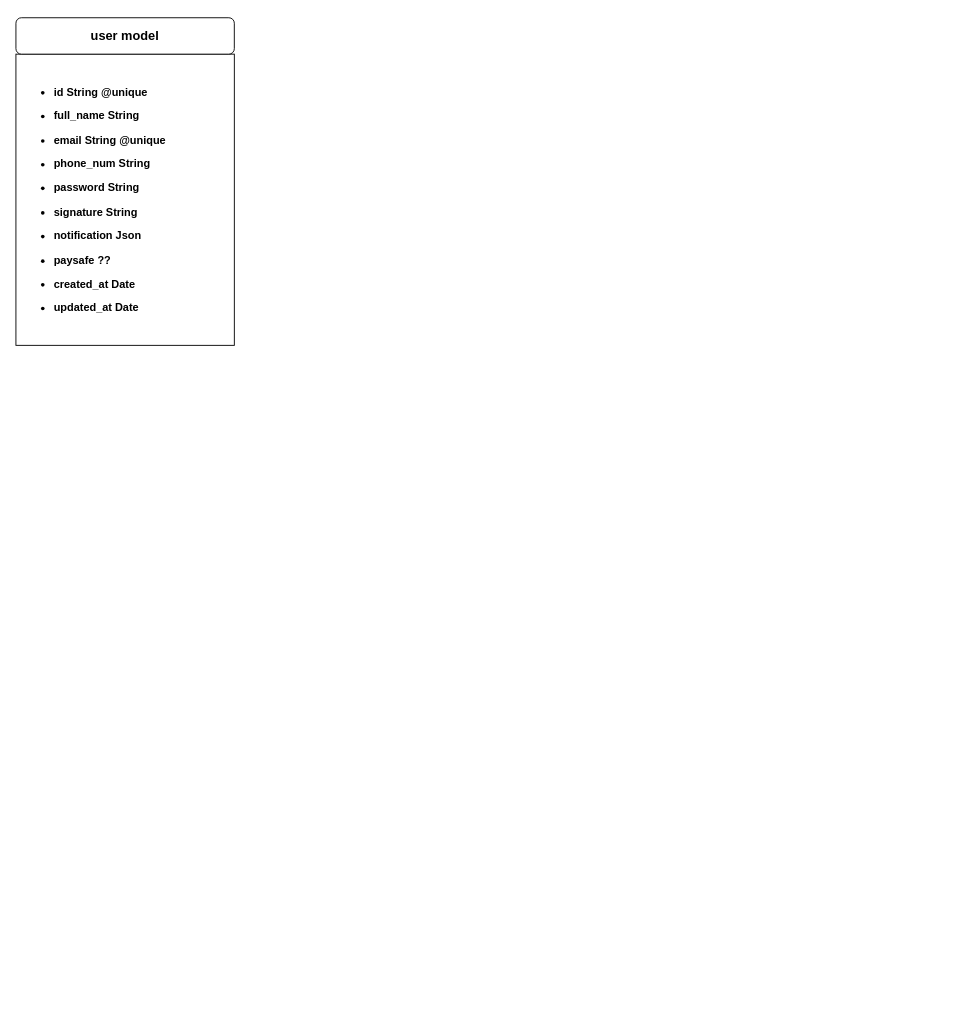
moumbou/assistante-sociale keeps this draw.io diagram as Untitled Diagram.drawio. Above is the earlier version. Source tidied: cells renumbered, new cells numbered last; positions are measured from the earlier drawing's top-left corner, leaving out a move shared by most shapes. Both pictures are drawn from the tidied source at 91%, with x=0, y=0 at pixel (15, 17).
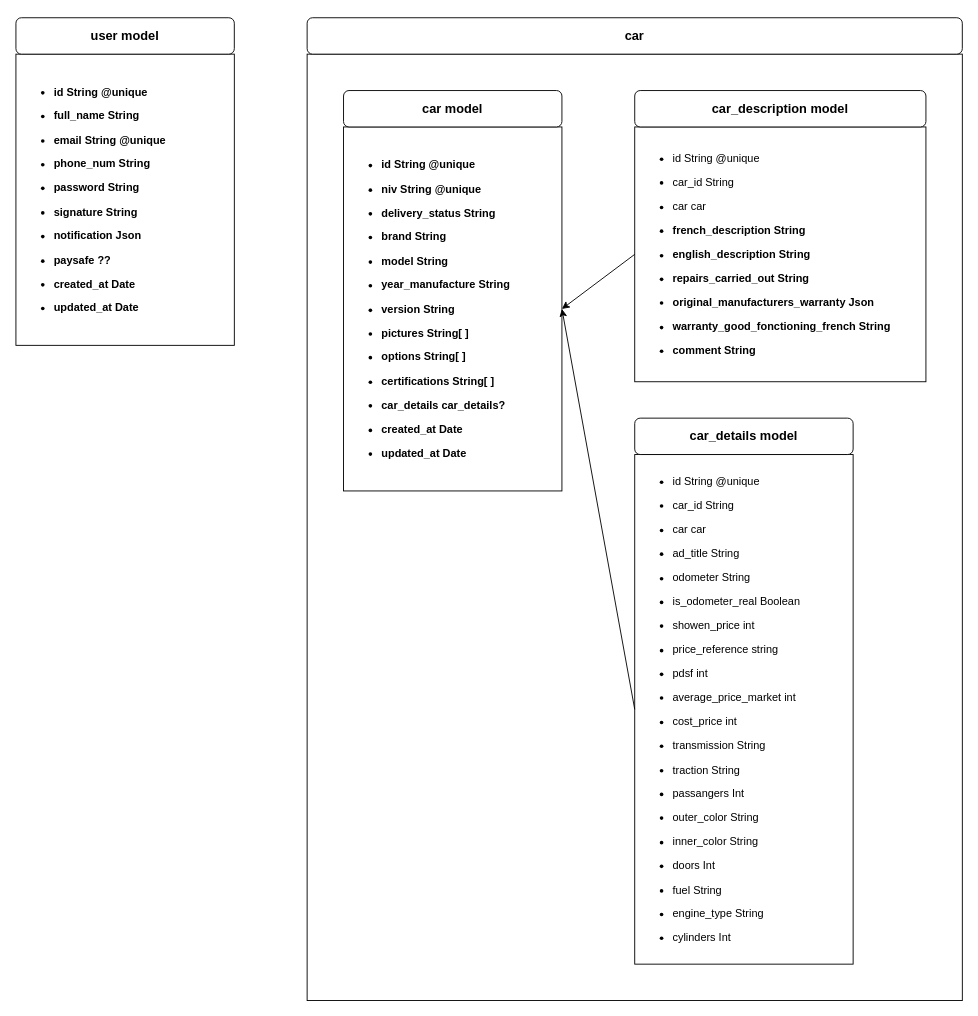
After the change.

What changed in the source:
```diff
@@
 <mxGraphModel>
   <root>
     <mxCell id="0" />
     <mxCell id="1" parent="0" />
+    <mxCell id="4" style="rounded=0;whiteSpace=wrap;html=1;" parent="1" vertex="1">
+      <mxGeometry x="320" y="40" width="720" height="1040" as="geometry" />
+    </mxCell>
     <mxCell id="2" value="&lt;h4&gt;&lt;/h4&gt;&lt;h2&gt;&lt;/h2&gt;&lt;h4&gt;&lt;/h4&gt;&lt;h4&gt;&lt;/h4&gt;&lt;h5&gt;&lt;/h5&gt;&lt;h3&gt;&lt;/h3&gt;&lt;h4&gt;&lt;ul&gt;&lt;li&gt;id String @unique&lt;/li&gt;&lt;/ul&gt;&lt;ul&gt;&lt;li&gt;full_name String&lt;/li&gt;&lt;/ul&gt;&lt;ul&gt;&lt;li&gt;email String @unique&lt;/li&gt;&lt;/ul&gt;&lt;ul&gt;&lt;li&gt;phone_num String&lt;/li&gt;&lt;/ul&gt;&lt;ul&gt;&lt;li&gt;password String&lt;/li&gt;&lt;/ul&gt;&lt;ul&gt;&lt;li&gt;signature String&lt;/li&gt;&lt;/ul&gt;&lt;ul&gt;&lt;li&gt;notification Json&lt;/li&gt;&lt;/ul&gt;&lt;ul&gt;&lt;li&gt;paysafe ??&lt;/li&gt;&lt;/ul&gt;&lt;ul&gt;&lt;li&gt;created_at Date&lt;/li&gt;&lt;/ul&gt;&lt;ul&gt;&lt;li&gt;updated_at Date&lt;/li&gt;&lt;/ul&gt;&lt;/h4&gt;" style="rounded=0;whiteSpace=wrap;html=1;align=left;" parent="1" vertex="1">
       <mxGeometry y="40" width="240" height="320" as="geometry" />
     </mxCell>
     <mxCell id="3" value="&lt;h3&gt;user model&lt;/h3&gt;" style="rounded=1;whiteSpace=wrap;html=1;" parent="1" vertex="1">
       <mxGeometry width="240" height="40" as="geometry" />
     </mxCell>
+    <mxCell id="5" value="&lt;h4&gt;&lt;/h4&gt;&lt;h2&gt;&lt;/h2&gt;&lt;h4&gt;&lt;/h4&gt;&lt;h4&gt;&lt;/h4&gt;&lt;h5&gt;&lt;/h5&gt;&lt;h3&gt;&lt;/h3&gt;&lt;h4&gt;&lt;/h4&gt;&lt;h4&gt;&lt;/h4&gt;&lt;h4&gt;&lt;/h4&gt;&lt;h4&gt;&lt;ul&gt;&lt;li&gt;id String @unique&lt;/li&gt;&lt;/ul&gt;&lt;ul&gt;&lt;li&gt;niv String @unique&lt;/li&gt;&lt;/ul&gt;&lt;ul&gt;&lt;li&gt;delivery_status String&lt;/li&gt;&lt;/ul&gt;&lt;ul&gt;&lt;li&gt;brand String&lt;/li&gt;&lt;/ul&gt;&lt;ul&gt;&lt;li&gt;model String&lt;/li&gt;&lt;/ul&gt;&lt;ul&gt;&lt;li&gt;year_manufacture String&lt;/li&gt;&lt;/ul&gt;&lt;ul&gt;&lt;li&gt;version String&lt;/li&gt;&lt;/ul&gt;&lt;ul&gt;&lt;li&gt;pictures String[ ]&lt;/li&gt;&lt;/ul&gt;&lt;ul&gt;&lt;li&gt;options String[ ]&lt;/li&gt;&lt;/ul&gt;&lt;ul&gt;&lt;li&gt;certifications String[ ]&lt;/li&gt;&lt;/ul&gt;&lt;ul&gt;&lt;li&gt;car_details car_details?&lt;/li&gt;&lt;/ul&gt;&lt;ul&gt;&lt;li&gt;created_at Date&lt;/li&gt;&lt;/ul&gt;&lt;ul&gt;&lt;li&gt;updated_at Date&lt;/li&gt;&lt;/ul&gt;&lt;/h4&gt;" style="rounded=0;whiteSpace=wrap;html=1;align=left;" parent="1" vertex="1">
+      <mxGeometry x="360" y="120" width="240" height="400" as="geometry" />
+    </mxCell>
+    <mxCell id="6" value="&lt;h3&gt;car model&lt;/h3&gt;" style="rounded=1;whiteSpace=wrap;html=1;" parent="1" vertex="1">
+      <mxGeometry x="360" y="80" width="240" height="40" as="geometry" />
+    </mxCell>
+    <mxCell id="7" value="&lt;h4&gt;&lt;/h4&gt;&lt;h2&gt;&lt;/h2&gt;&lt;h4&gt;&lt;/h4&gt;&lt;h4&gt;&lt;/h4&gt;&lt;h5&gt;&lt;/h5&gt;&lt;h3&gt;&lt;/h3&gt;&lt;h4&gt;&lt;/h4&gt;&lt;h4&gt;&lt;/h4&gt;&lt;h4&gt;&lt;ul&gt;&lt;li&gt;&lt;span style=&quot;background-color: initial; font-weight: normal;&quot;&gt;id String @unique&lt;/span&gt;&lt;/li&gt;&lt;/ul&gt;&lt;ul&gt;&lt;li&gt;&lt;span style=&quot;background-color: initial; font-weight: normal;&quot;&gt;car_id String&lt;/span&gt;&lt;/li&gt;&lt;/ul&gt;&lt;ul&gt;&lt;li&gt;&lt;span style=&quot;background-color: initial; font-weight: normal;&quot;&gt;car car&lt;/span&gt;&lt;/li&gt;&lt;/ul&gt;&lt;ul&gt;&lt;li&gt;&lt;span style=&quot;background-color: initial; font-weight: normal;&quot;&gt;ad_title String&lt;/span&gt;&lt;/li&gt;&lt;/ul&gt;&lt;ul&gt;&lt;li&gt;&lt;span style=&quot;background-color: initial; font-weight: normal;&quot;&gt;odometer String&lt;/span&gt;&lt;/li&gt;&lt;/ul&gt;&lt;ul&gt;&lt;li&gt;&lt;span style=&quot;background-color: initial; font-weight: normal;&quot;&gt;is_odometer_real Boolean&lt;/span&gt;&lt;/li&gt;&lt;/ul&gt;&lt;ul&gt;&lt;li&gt;&lt;span style=&quot;background-color: initial; font-weight: normal;&quot;&gt;showen_price int&lt;/span&gt;&lt;/li&gt;&lt;/ul&gt;&lt;ul&gt;&lt;li&gt;&lt;span style=&quot;background-color: initial; font-weight: normal;&quot;&gt;price_reference string&lt;/span&gt;&lt;/li&gt;&lt;/ul&gt;&lt;ul&gt;&lt;li&gt;&lt;span style=&quot;background-color: initial; font-weight: normal;&quot;&gt;pdsf int&lt;/span&gt;&lt;/li&gt;&lt;/ul&gt;&lt;ul&gt;&lt;li&gt;&lt;span style=&quot;background-color: initial; font-weight: normal;&quot;&gt;average_price_market int&lt;/span&gt;&lt;/li&gt;&lt;/ul&gt;&lt;ul&gt;&lt;li&gt;&lt;span style=&quot;background-color: initial; font-weight: normal;&quot;&gt;cost_price int&lt;/span&gt;&lt;/li&gt;&lt;/ul&gt;&lt;ul&gt;&lt;li&gt;&lt;span style=&quot;background-color: initial; font-weight: normal;&quot;&gt;transmission String&lt;/span&gt;&lt;/li&gt;&lt;/ul&gt;&lt;ul&gt;&lt;li&gt;&lt;span style=&quot;background-color: initial; font-weight: normal;&quot;&gt;traction String&lt;/span&gt;&lt;/li&gt;&lt;/ul&gt;&lt;ul&gt;&lt;li&gt;&lt;span style=&quot;background-color: initial; font-weight: normal;&quot;&gt;passangers Int&lt;/span&gt;&lt;/li&gt;&lt;/ul&gt;&lt;ul&gt;&lt;li&gt;&lt;span style=&quot;background-color: initial; font-weight: normal;&quot;&gt;outer_color String&lt;/span&gt;&lt;/li&gt;&lt;/ul&gt;&lt;ul&gt;&lt;li&gt;&lt;span style=&quot;background-color: initial; font-weight: normal;&quot;&gt;inner_color String&lt;/span&gt;&lt;/li&gt;&lt;/ul&gt;&lt;ul&gt;&lt;li&gt;&lt;span style=&quot;background-color: initial; font-weight: normal;&quot;&gt;doors Int&lt;/span&gt;&lt;/li&gt;&lt;/ul&gt;&lt;ul&gt;&lt;li&gt;&lt;span style=&quot;background-color: initial; font-weight: normal;&quot;&gt;fuel String&lt;/span&gt;&lt;/li&gt;&lt;/ul&gt;&lt;ul&gt;&lt;li&gt;&lt;span style=&quot;background-color: initial; font-weight: normal;&quot;&gt;engine_type String&lt;/span&gt;&lt;/li&gt;&lt;/ul&gt;&lt;ul&gt;&lt;li&gt;&lt;span style=&quot;background-color: initial; font-weight: normal;&quot;&gt;cylinders Int&lt;/span&gt;&lt;/li&gt;&lt;/ul&gt;&lt;/h4&gt;" style="rounded=0;whiteSpace=wrap;html=1;align=left;" parent="1" vertex="1">
+      <mxGeometry x="680" y="480" width="240" height="560" as="geometry" />
+    </mxCell>
+    <mxCell id="8" value="&lt;h3&gt;car_details model&lt;/h3&gt;" style="rounded=1;whiteSpace=wrap;html=1;" parent="1" vertex="1">
+      <mxGeometry x="680" y="440" width="240" height="40" as="geometry" />
+    </mxCell>
+    <mxCell id="9" value="&lt;h4&gt;&lt;/h4&gt;&lt;h2&gt;&lt;/h2&gt;&lt;h4&gt;&lt;/h4&gt;&lt;h4&gt;&lt;/h4&gt;&lt;h5&gt;&lt;/h5&gt;&lt;h3&gt;&lt;/h3&gt;&lt;h4&gt;&lt;/h4&gt;&lt;h4&gt;&lt;/h4&gt;&lt;h4&gt;&lt;/h4&gt;&lt;h4&gt;&lt;/h4&gt;&lt;h4&gt;&lt;ul&gt;&lt;li&gt;&lt;span style=&quot;background-color: initial; font-weight: normal;&quot;&gt;id String @unique&lt;/span&gt;&lt;/li&gt;&lt;/ul&gt;&lt;ul&gt;&lt;li&gt;&lt;span style=&quot;background-color: initial; font-weight: normal;&quot;&gt;car_id String&lt;/span&gt;&lt;/li&gt;&lt;/ul&gt;&lt;ul&gt;&lt;li&gt;&lt;span style=&quot;background-color: initial; font-weight: normal;&quot;&gt;car car&lt;/span&gt;&lt;/li&gt;&lt;/ul&gt;&lt;ul&gt;&lt;li&gt;french_description String&lt;/li&gt;&lt;/ul&gt;&lt;ul&gt;&lt;li&gt;english_description String&lt;/li&gt;&lt;/ul&gt;&lt;ul&gt;&lt;li&gt;repairs_carried_out String&lt;/li&gt;&lt;/ul&gt;&lt;ul&gt;&lt;li&gt;original_manufacturers_warranty Json&lt;/li&gt;&lt;/ul&gt;&lt;ul&gt;&lt;li&gt;warranty_good_fonctioning_french String&lt;/li&gt;&lt;/ul&gt;&lt;ul&gt;&lt;li&gt;comment String&lt;/li&gt;&lt;/ul&gt;&lt;/h4&gt;" style="rounded=0;whiteSpace=wrap;html=1;align=left;" parent="1" vertex="1">
+      <mxGeometry x="680" y="120" width="320" height="280" as="geometry" />
+    </mxCell>
+    <mxCell id="10" value="&lt;h3&gt;car_description model&lt;/h3&gt;" style="rounded=1;whiteSpace=wrap;html=1;" parent="1" vertex="1">
+      <mxGeometry x="680" y="80" width="320" height="40" as="geometry" />
+    </mxCell>
+    <mxCell id="11" style="endArrow=classic;html=1;rounded=0;entryX=1;entryY=0.5;entryDx=0;entryDy=0;exitX=0;exitY=0.5;exitDx=0;exitDy=0;" parent="1" edge="1" source="9" target="5">
+      <mxGeometry relative="1" as="geometry" />
+    </mxCell>
+    <mxCell id="12" style="endArrow=classic;html=1;rounded=0;exitX=0;exitY=0.5;exitDx=0;exitDy=0;entryX=1;entryY=0.5;entryDx=0;entryDy=0;" parent="1" edge="1" source="7" target="5">
+      <mxGeometry relative="1" as="geometry" />
+    </mxCell>
+    <mxCell id="13" value="&lt;h3&gt;car&lt;/h3&gt;" style="rounded=1;whiteSpace=wrap;html=1;" parent="1" vertex="1">
+      <mxGeometry x="320" width="720" height="40" as="geometry" />
+    </mxCell>
   </root>
 </mxGraphModel>
```
